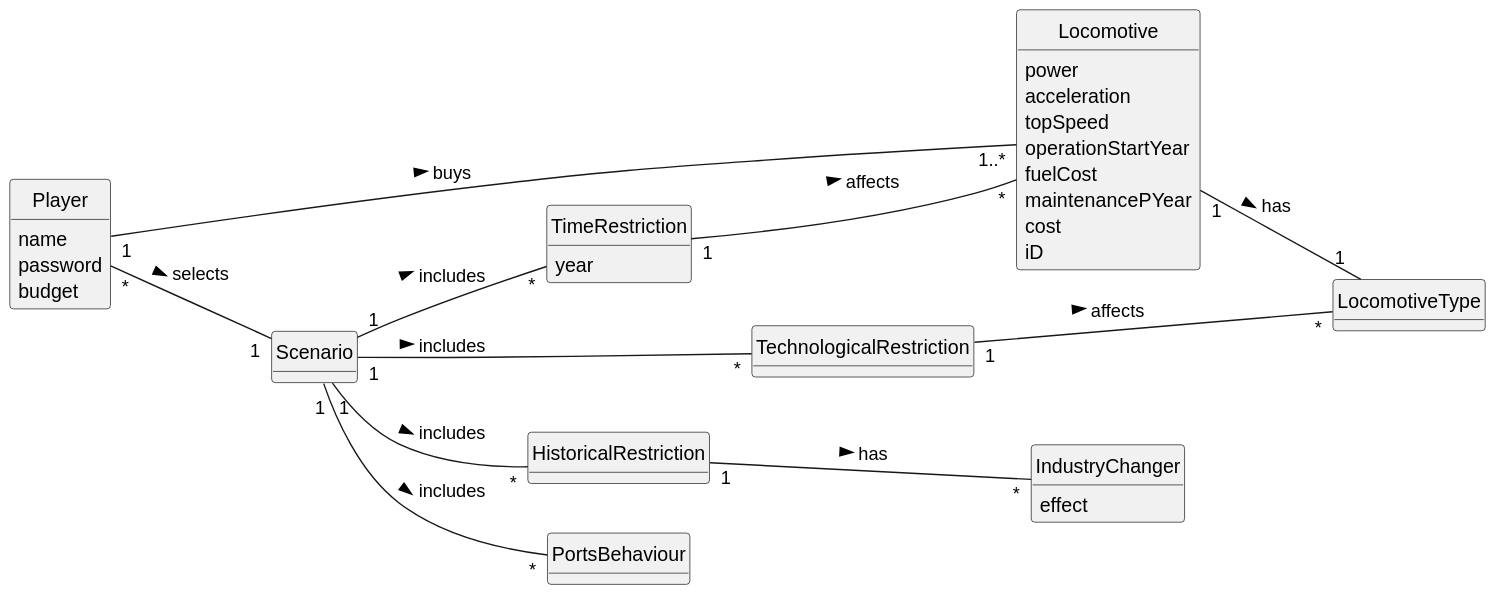
Earlier version of the PlantUML export Sprint2/US009/02.analysis/svg/US009-DM.svg (1240935/pi2-railway-simulator).
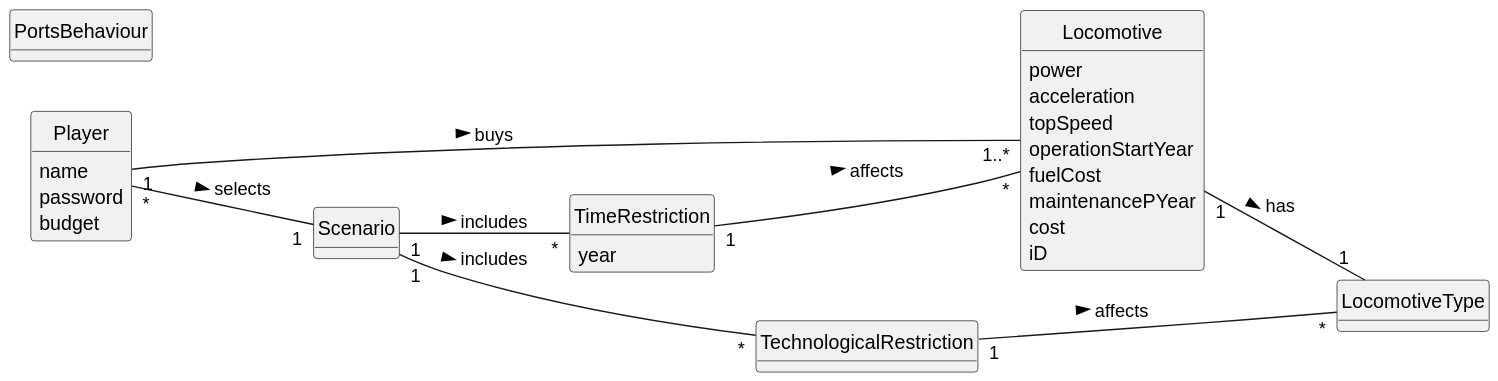
The same diagram one commit later.

The edit, as a diff of the source:
```diff
@@ -32,9 +32,6 @@
 class Scenario {
 }
 
-class HistoricalRestriction{
-}
-
 class TimeRestriction{
     year
 }
@@ -45,19 +42,12 @@
 class PortsBehaviour{
 }
 
-class IndustryChanger{
-    effect
-}
-
 
 Player "*" -- "1" Scenario : selects >
 Player "1" -- "1..*" Locomotive: buys  >
 Locomotive "1" -- "1" LocomotiveType: has >
-Scenario "1" -- "*" HistoricalRestriction: includes >
 Scenario "1" -- "*" TechnologicalRestriction: includes >
 Scenario "1" -- "*" TimeRestriction: includes >
-Scenario "1" -- "*" PortsBehaviour: includes >
 TimeRestriction "1" -- "*" Locomotive: affects >
 TechnologicalRestriction "1" -- "*" LocomotiveType: affects >
-HistoricalRestriction "1" -- "*" IndustryChanger: has >
 @enduml
```
